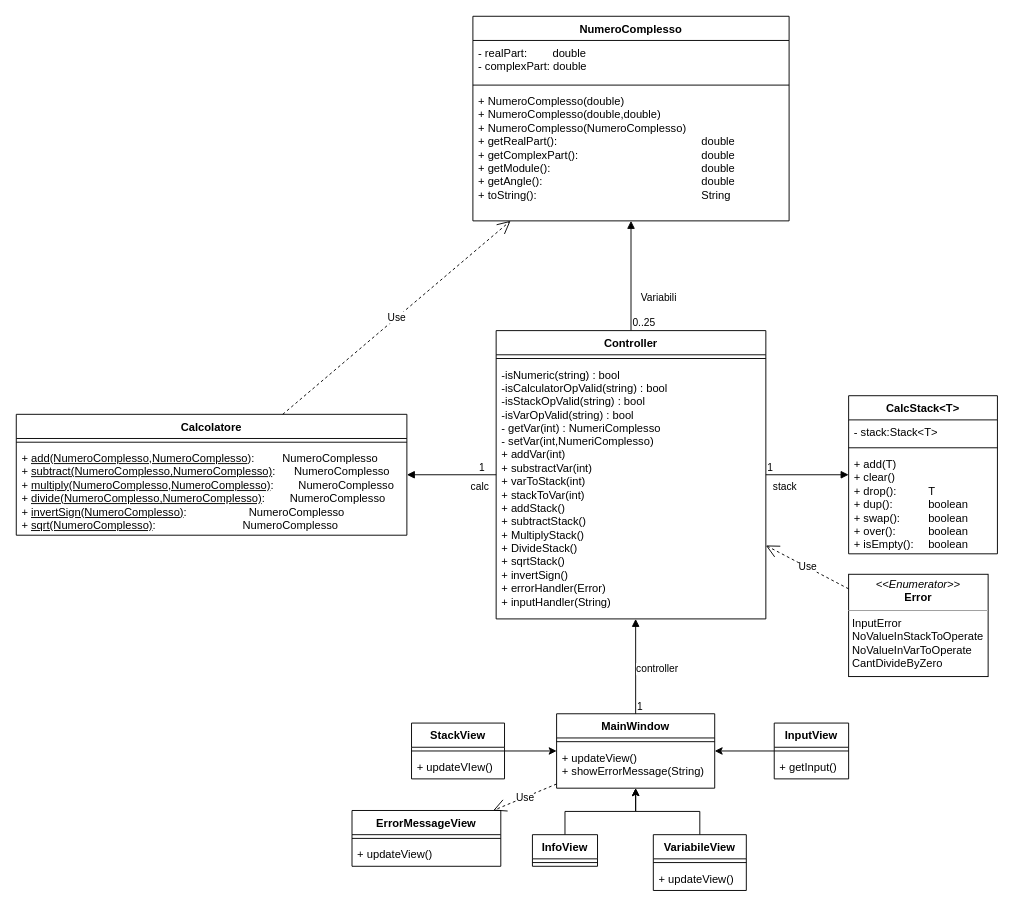
This is deisgn/UML/calculatore.drawio from francescocolacino/scientific-calculator-complex-numbers-, a draw.io file, before an edit. Source tidied: cells renumbered, new cells numbered last; positions are measured from the earlier drawing's top-left corner, leaving out a move shared by most shapes. Both pictures are drawn from the tidied source at 93%, with x=0, y=0 at pixel (16, 16).
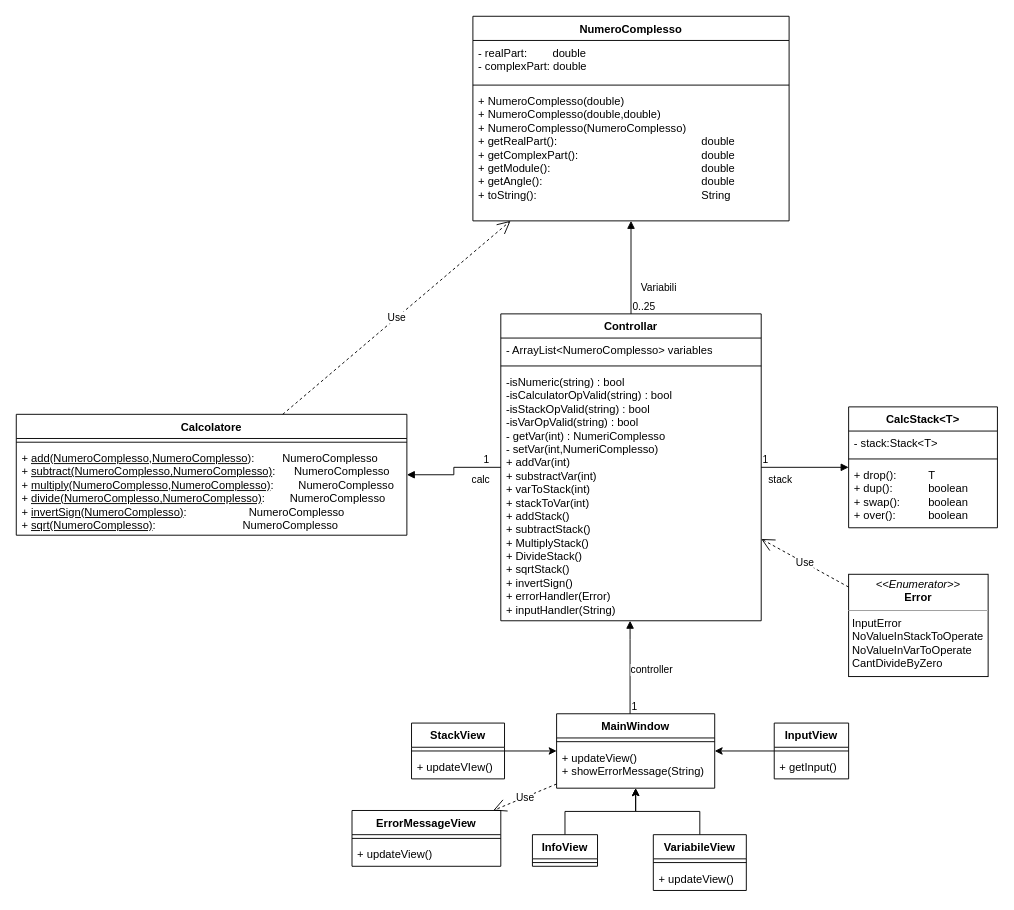
The same diagram, later.

Commit message:
calcolatore class diagram actualization

Unchanged cells that the change refers to:
```xml
<mxCell id="6" value="NumeroComplesso" style="swimlane;fontStyle=1;align=center;verticalAlign=top;horizontal=1;startSize=26;whiteSpace=wrap;html=1;" parent="1" vertex="1">
  <mxGeometry x="491" width="340" height="220" as="geometry" />
</mxCell>
<mxCell id="10" value="Calcolatore" style="swimlane;fontStyle=1;align=center;verticalAlign=top;horizontal=1;startSize=26;whiteSpace=wrap;html=1;" parent="1" vertex="1">
  <mxGeometry y="428" width="420" height="130" as="geometry" />
</mxCell>
<mxCell id="13" value="MainWindow" style="swimlane;fontStyle=1;align=center;verticalAlign=top;horizontal=1;startSize=26;whiteSpace=wrap;html=1;" parent="1" vertex="1">
  <mxGeometry x="581" y="750" width="170" height="80" as="geometry" />
</mxCell>
<mxCell id="43" value="&lt;p style=&quot;margin:0px;margin-top:4px;text-align:center;&quot;&gt;&lt;i&gt;&amp;lt;&amp;lt;Enumerator&amp;gt;&amp;gt;&lt;/i&gt;&lt;br&gt;&lt;b&gt;Error&lt;/b&gt;&lt;/p&gt;&lt;hr size=&quot;1&quot;&gt;&lt;p style=&quot;margin:0px;margin-left:4px;&quot;&gt;InputError&lt;/p&gt;&lt;p style=&quot;margin:0px;margin-left:4px;&quot;&gt;NoValueInStackToOperate&lt;/p&gt;&lt;p style=&quot;margin:0px;margin-left:4px;&quot;&gt;NoValueInVarToOperate&lt;/p&gt;&lt;p style=&quot;margin:0px;margin-left:4px;&quot;&gt;CantDivideByZero&lt;/p&gt;" style="verticalAlign=top;align=left;overflow=fill;fontSize=12;fontFamily=Helvetica;html=1;whiteSpace=wrap;" parent="1" vertex="1">
  <mxGeometry x="895" y="600" width="150" height="110" as="geometry" />
</mxCell>
```

Diff of the diagram source:
```diff
@@
     <mxCell id="2" value="CalcStack&amp;lt;T&amp;gt;" style="swimlane;fontStyle=1;align=center;verticalAlign=top;horizontal=1;startSize=26;whiteSpace=wrap;html=1;" parent="1" vertex="1">
-      <mxGeometry x="895" y="408" width="160" height="170" as="geometry" />
+      <mxGeometry x="895" y="420" width="160" height="130" as="geometry" />
     </mxCell>
@@
-    <mxCell id="5" value="+ add(T)&lt;br&gt;+ clear()&lt;br&gt;+ drop(): &lt;span style=&quot;white-space: pre;&quot;&gt;&#9;&lt;/span&gt;&lt;span style=&quot;white-space: pre;&quot;&gt;&#9;&lt;/span&gt;T&lt;br&gt;+ dup(): &lt;span style=&quot;white-space: pre;&quot;&gt;&#9;&lt;/span&gt;&lt;span style=&quot;white-space: pre;&quot;&gt;&#9;&lt;/span&gt;boolean&lt;br&gt;+ swap(): &lt;span style=&quot;white-space: pre;&quot;&gt;&#9;&lt;/span&gt;boolean&lt;br&gt;+ over(): &lt;span style=&quot;white-space: pre;&quot;&gt;&#9;&lt;/span&gt;&lt;span style=&quot;white-space: pre;&quot;&gt;&#9;&lt;/span&gt;boolean&lt;br&gt;+ isEmpty(): &lt;span style=&quot;white-space: pre;&quot;&gt;&#9;&lt;/span&gt;boolean" style="text;strokeColor=none;fillColor=none;align=left;verticalAlign=top;spacingLeft=4;spacingRight=4;overflow=hidden;whiteSpace=wrap;html=1;" parent="2" vertex="1">
-      <mxGeometry y="60" width="160" height="110" as="geometry" />
+    <mxCell id="5" value="+ drop(): &lt;span style=&quot;white-space: pre;&quot;&gt;&#9;&lt;/span&gt;&lt;span style=&quot;white-space: pre;&quot;&gt;&#9;&lt;/span&gt;T&lt;br&gt;+ dup(): &lt;span style=&quot;white-space: pre;&quot;&gt;&#9;&lt;/span&gt;&lt;span style=&quot;white-space: pre;&quot;&gt;&#9;&lt;/span&gt;boolean&lt;br&gt;+ swap(): &lt;span style=&quot;white-space: pre;&quot;&gt;&#9;&lt;/span&gt;boolean&lt;br&gt;+ over(): &lt;span style=&quot;white-space: pre;&quot;&gt;&#9;&lt;/span&gt;&lt;span style=&quot;white-space: pre;&quot;&gt;&#9;&lt;/span&gt;boolean" style="text;strokeColor=none;fillColor=none;align=left;verticalAlign=top;spacingLeft=4;spacingRight=4;overflow=hidden;whiteSpace=wrap;html=1;" parent="2" vertex="1">
+      <mxGeometry y="60" width="160" height="70" as="geometry" />
     </mxCell>
@@
-    <mxCell id="16" value="stack" style="endArrow=block;endFill=1;html=1;edgeStyle=orthogonalEdgeStyle;align=left;verticalAlign=top;rounded=0;" parent="1" edge="1" source="40" target="2">
+    <mxCell id="16" value="stack" style="endArrow=block;endFill=1;html=1;edgeStyle=orthogonalEdgeStyle;align=left;verticalAlign=top;rounded=0;" parent="1" edge="1" source="49" target="2">
       <mxGeometry x="-0.87" relative="1" as="geometry" />
     </mxCell>
@@
-    <mxCell id="19" value="calc" style="endArrow=block;endFill=1;html=1;edgeStyle=orthogonalEdgeStyle;align=left;verticalAlign=top;rounded=0;" parent="1" edge="1" source="40" target="10">
+    <mxCell id="19" value="calc" style="endArrow=block;endFill=1;html=1;edgeStyle=orthogonalEdgeStyle;align=left;verticalAlign=top;rounded=0;" parent="1" edge="1" source="49" target="10">
       <mxGeometry x="-0.4" relative="1" as="geometry" />
     </mxCell>
@@
-    <mxCell id="21" value="controller" style="endArrow=block;endFill=1;html=1;edgeStyle=orthogonalEdgeStyle;align=left;verticalAlign=top;rounded=0;" parent="1" edge="1" source="13" target="40">
+    <mxCell id="21" value="controller" style="endArrow=block;endFill=1;html=1;edgeStyle=orthogonalEdgeStyle;align=left;verticalAlign=top;rounded=0;" parent="1" edge="1" source="13" target="49">
       <mxGeometry x="0.2" y="1" relative="1" as="geometry">
         <Array as="points">
-          <mxPoint x="666" y="750" />
-          <mxPoint x="666" y="750" />
+          <mxPoint x="660" y="670" />
+          <mxPoint x="660" y="670" />
         </Array>
       </mxGeometry>
     </mxCell>
@@
-    <mxCell id="23" value="Variabili" style="endArrow=block;endFill=1;html=1;edgeStyle=orthogonalEdgeStyle;align=left;verticalAlign=top;rounded=0;" parent="1" edge="1" source="40" target="6">
+    <mxCell id="23" value="Variabili" style="endArrow=block;endFill=1;html=1;edgeStyle=orthogonalEdgeStyle;align=left;verticalAlign=top;rounded=0;" parent="1" edge="1" source="49" target="6">
       <mxGeometry x="-0.18" y="-9" relative="1" as="geometry" />
     </mxCell>
@@
-    <mxCell id="40" value="Controller" style="swimlane;fontStyle=1;align=center;verticalAlign=top;horizontal=1;startSize=26;whiteSpace=wrap;html=1;" parent="1" vertex="1">
-      <mxGeometry x="516" y="338" width="290" height="310" as="geometry" />
-    </mxCell>
-    <mxCell id="41" style="line;strokeWidth=1;fillColor=none;align=left;verticalAlign=middle;spacingTop=-1;spacingLeft=3;spacingRight=3;labelPosition=right;strokeColor=inherit;" parent="40" vertex="1">
-      <mxGeometry y="26" width="290" height="8" as="geometry" />
-    </mxCell>
-    <mxCell id="42" value="-isNumeric(string) : bool&lt;br&gt;-isCalculatorOpValid(string) : bool&lt;br&gt;-isStackOpValid(string) : bool&lt;br&gt;-isVarOpValid(string) : bool&lt;br&gt;- getVar(int) : NumeriComplesso&lt;br&gt;- setVar(int,NumeriComplesso)&lt;br&gt;+ addVar(int)&lt;br&gt;+ substractVar(int)&lt;br&gt;+ varToStack(int)&amp;nbsp;&lt;br&gt;+ stackToVar(int)&lt;br&gt;+ addStack()&lt;br&gt;+ subtractStack()&lt;br&gt;+ MultiplyStack()&lt;br&gt;+ DivideStack()&lt;br&gt;+ sqrtStack()&lt;br&gt;+ invertSign()&lt;br&gt;+ errorHandler(Error)&amp;nbsp;&lt;br&gt;+ inputHandler(String)" style="text;strokeColor=none;fillColor=none;align=left;verticalAlign=top;spacingLeft=4;spacingRight=4;overflow=hidden;whiteSpace=wrap;html=1;" parent="40" vertex="1">
-      <mxGeometry y="34" width="290" height="276" as="geometry" />
-    </mxCell>
@@
-    <mxCell id="48" value="Use" style="endArrow=open;endSize=12;dashed=1;html=1;rounded=0;" parent="1" edge="1" source="43" target="40">
+    <mxCell id="48" value="Use" style="endArrow=open;endSize=12;dashed=1;html=1;rounded=0;" parent="1" edge="1" source="43" target="49">
       <mxGeometry relative="1" as="geometry" />
     </mxCell>
+    <mxCell id="49" value="Controllar" style="swimlane;fontStyle=1;align=center;verticalAlign=top;horizontal=1;startSize=26;whiteSpace=wrap;html=1;" parent="1" vertex="1">
+      <mxGeometry x="521" y="320" width="280" height="330" as="geometry" />
+    </mxCell>
+    <mxCell id="50" value="- ArrayList&amp;lt;NumeroComplesso&amp;gt; variables" style="text;strokeColor=none;fillColor=none;align=left;verticalAlign=top;spacingLeft=4;spacingRight=4;overflow=hidden;whiteSpace=wrap;html=1;" parent="49" vertex="1">
+      <mxGeometry y="26" width="280" height="26" as="geometry" />
+    </mxCell>
+    <mxCell id="51" style="line;strokeWidth=1;fillColor=none;align=left;verticalAlign=middle;spacingTop=-1;spacingLeft=3;spacingRight=3;labelPosition=right;strokeColor=inherit;" parent="49" vertex="1">
+      <mxGeometry y="52" width="280" height="8" as="geometry" />
+    </mxCell>
+    <mxCell id="42" value="-isNumeric(string) : bool&lt;br&gt;-isCalculatorOpValid(string) : bool&lt;br&gt;-isStackOpValid(string) : bool&lt;br&gt;-isVarOpValid(string) : bool&lt;br&gt;- getVar(int) : NumeriComplesso&lt;br&gt;- setVar(int,NumeriComplesso)&lt;br&gt;+ addVar(int)&lt;br&gt;+ substractVar(int)&lt;br&gt;+ varToStack(int)&amp;nbsp;&lt;br&gt;+ stackToVar(int)&lt;br&gt;+ addStack()&lt;br&gt;+ subtractStack()&lt;br&gt;+ MultiplyStack()&lt;br&gt;+ DivideStack()&lt;br&gt;+ sqrtStack()&lt;br&gt;+ invertSign()&lt;br&gt;+ errorHandler(Error)&amp;nbsp;&lt;br&gt;+ inputHandler(String)" style="text;strokeColor=none;fillColor=none;align=left;verticalAlign=top;spacingLeft=4;spacingRight=4;overflow=hidden;whiteSpace=wrap;html=1;" parent="49" vertex="1">
+      <mxGeometry y="60" width="280" height="270" as="geometry" />
+    </mxCell>
```
